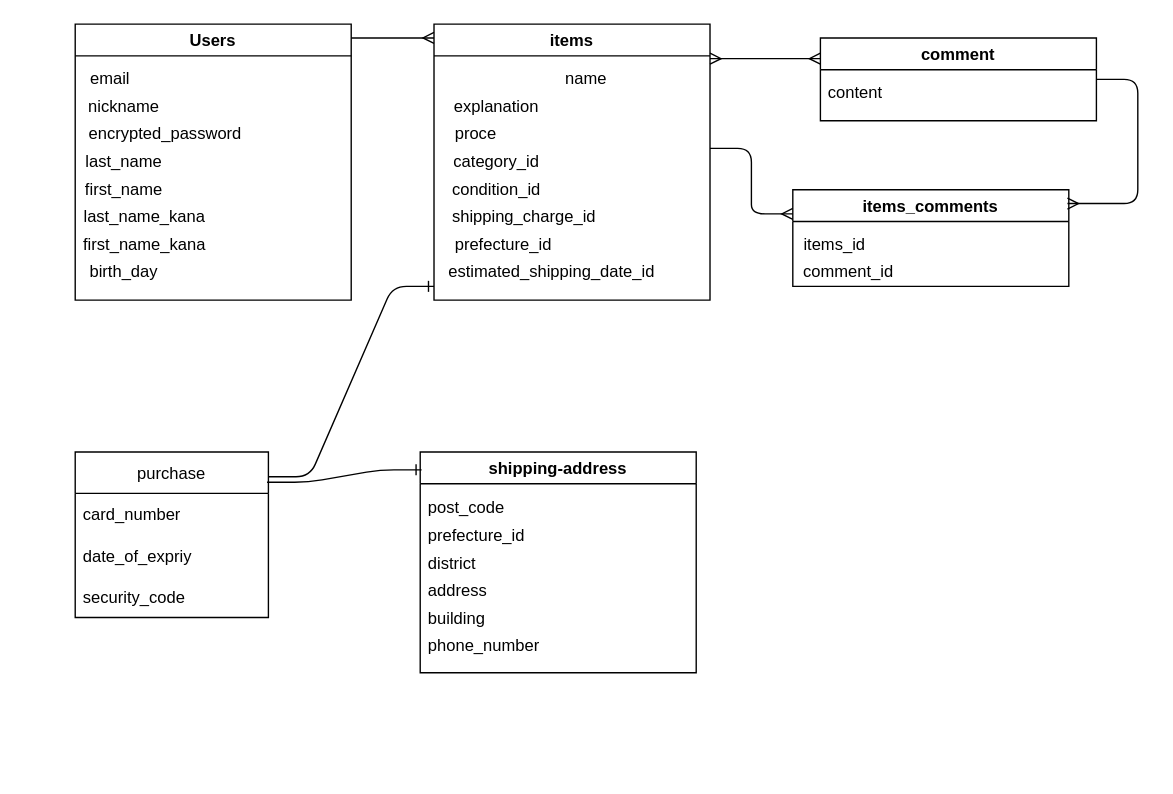
Before: ER.dio in akiduki0526/furima-38782, a draw.io diagram. Source tidied: cells renumbered, new cells numbered last; positions are measured from the earlier drawing's top-left corner, leaving out a move shared by most shapes. Both pictures are drawn from the tidied source at 138%, with x=0, y=0 at pixel (75, 23).
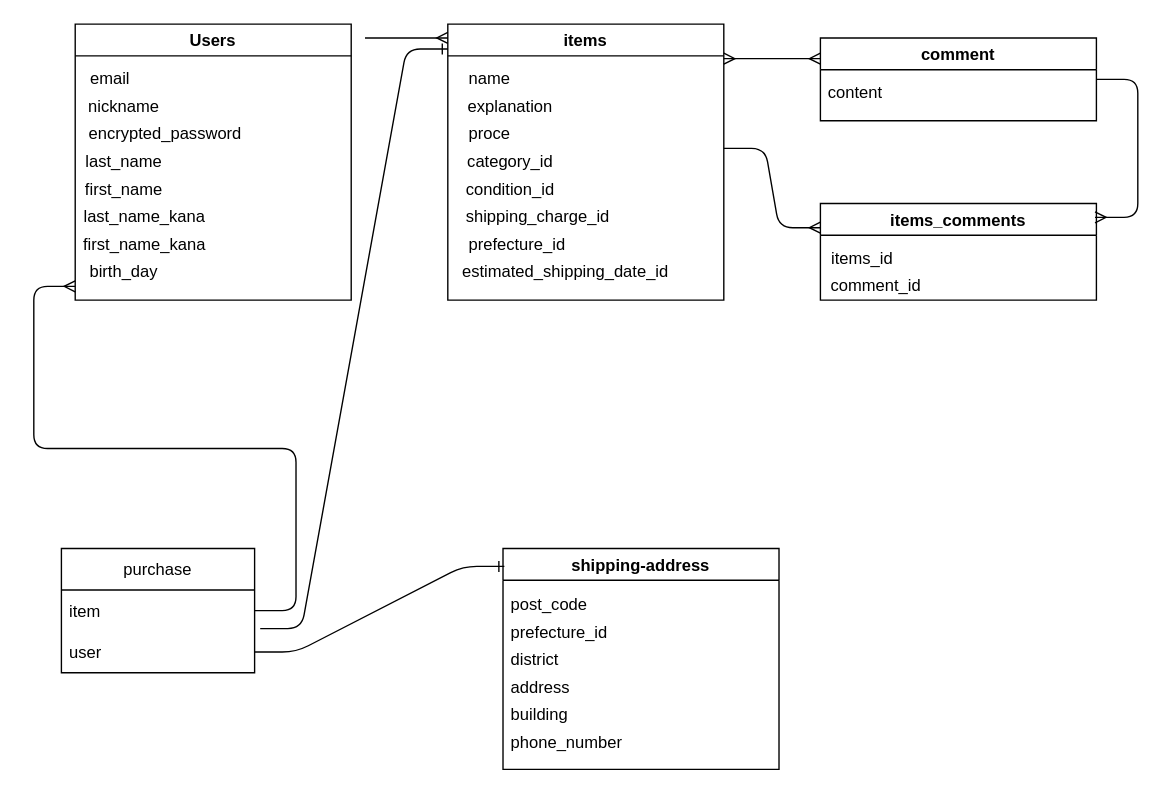
The same page after the edit.

Commit message (it also covers changes not shown here):
データベース設計#3修正3

Unchanged cells that the change refers to:
```xml
<mxCell id="20" value="comment" style="swimlane;" parent="1" vertex="1">
  <mxGeometry x="540" y="10" width="200" height="60" as="geometry" />
</mxCell>
```

Diff of the diagram source:
```diff
@@
     <mxCell id="11" value="items" style="swimlane;" parent="1" vertex="1">
-      <mxGeometry x="260" width="200" height="200" as="geometry" />
+      <mxGeometry x="270" width="200" height="200" as="geometry" />
     </mxCell>
@@
-    <mxCell id="19" value="name" style="text;html=1;align=center;verticalAlign=middle;strokeColor=none;fillColor=none;" parent="1" vertex="1">
-      <mxGeometry x="345" y="30" width="50" height="20" as="geometry" />
+    <mxCell id="19" value="name" style="text;html=1;align=center;verticalAlign=middle;strokeColor=none;fillColor=none;" parent="11" vertex="1">
+      <mxGeometry x="5" y="30" width="50" height="20" as="geometry" />
     </mxCell>
@@
     <mxCell id="22" value="purchase" style="swimlane;fontStyle=0;horizontal=1;startSize=30;" parent="1" vertex="1">
-      <mxGeometry y="310" width="140" height="120" as="geometry" />
+      <mxGeometry x="-10" y="380" width="140" height="90" as="geometry" />
     </mxCell>
-    <mxCell id="23" value="card_number" style="text;strokeColor=none;fillColor=none;align=left;verticalAlign=middle;spacingLeft=4;spacingRight=4;overflow=hidden;" parent="22" vertex="1">
+    <mxCell id="23" value="item" style="text;strokeColor=none;fillColor=none;align=left;verticalAlign=middle;spacingLeft=4;spacingRight=4;overflow=hidden;" parent="22" vertex="1">
       <mxGeometry y="30" width="140" height="30" as="geometry" />
     </mxCell>
-    <mxCell id="24" value="date_of_expriy" style="text;strokeColor=none;fillColor=none;align=left;verticalAlign=middle;spacingLeft=4;spacingRight=4;overflow=hidden;points=[[0,0.5],[1,0.5]];portConstraint=eastwest;" parent="22" vertex="1">
+    <mxCell id="24" value="user" style="text;strokeColor=none;fillColor=none;align=left;verticalAlign=middle;spacingLeft=4;spacingRight=4;overflow=hidden;points=[[0,0.5],[1,0.5]];portConstraint=eastwest;" parent="22" vertex="1">
       <mxGeometry y="60" width="140" height="30" as="geometry" />
     </mxCell>
-    <mxCell id="25" value="security_code" style="text;strokeColor=none;fillColor=none;align=left;verticalAlign=middle;spacingLeft=4;spacingRight=4;overflow=hidden;" parent="22" vertex="1">
-      <mxGeometry y="90" width="140" height="30" as="geometry" />
-    </mxCell>
     <mxCell id="26" value="shipping-address" style="swimlane;" parent="1" vertex="1">
-      <mxGeometry x="250" y="310" width="200" height="160" as="geometry" />
+      <mxGeometry x="310" y="380" width="200" height="160" as="geometry" />
     </mxCell>
@@
     <mxCell id="33" style="edgeStyle=entityRelationEdgeStyle;fontSize=12;html=1;endArrow=ERmany;" parent="1" edge="1">
       <mxGeometry relative="1" as="geometry">
-        <mxPoint x="200" y="10" as="sourcePoint" />
-        <mxPoint x="260" y="10" as="targetPoint" />
+        <mxPoint x="210" y="10" as="sourcePoint" />
+        <mxPoint x="270" y="10" as="targetPoint" />
       </mxGeometry>
     </mxCell>
-    <mxCell id="34" style="edgeStyle=entityRelationEdgeStyle;fontSize=12;html=1;endArrow=ERone;endFill=1;exitX=1;exitY=0.15;exitDx=0;exitDy=0;exitPerimeter=0;" parent="1" edge="1" source="22">
+    <mxCell id="34" style="edgeStyle=entityRelationEdgeStyle;fontSize=12;html=1;endArrow=ERone;endFill=1;exitX=1.029;exitY=-0.067;exitDx=0;exitDy=0;exitPerimeter=0;" parent="1" edge="1" source="24">
       <mxGeometry relative="1" as="geometry">
-        <mxPoint x="260" y="190" as="targetPoint" />
+        <mxPoint x="270" y="18" as="targetPoint" />
       </mxGeometry>
     </mxCell>
-    <mxCell id="35" style="edgeStyle=entityRelationEdgeStyle;fontSize=12;html=1;endArrow=ERone;endFill=1;exitX=0.993;exitY=0.183;exitDx=0;exitDy=0;exitPerimeter=0;entryX=0.005;entryY=0.081;entryDx=0;entryDy=0;entryPerimeter=0;" parent="1" edge="1" source="22" target="26">
+    <mxCell id="35" style="edgeStyle=entityRelationEdgeStyle;fontSize=12;html=1;endArrow=ERone;endFill=1;entryX=0.005;entryY=0.081;entryDx=0;entryDy=0;entryPerimeter=0;exitX=1;exitY=0.5;exitDx=0;exitDy=0;" parent="1" edge="1" source="24" target="26">
       <mxGeometry relative="1" as="geometry" />
     </mxCell>
     <mxCell id="36" style="edgeStyle=entityRelationEdgeStyle;fontSize=12;html=1;endArrow=ERmany;startArrow=ERmany;entryX=0;entryY=0.25;entryDx=0;entryDy=0;" parent="1" edge="1" target="20">
       <mxGeometry relative="1" as="geometry">
-        <mxPoint x="460" y="25" as="sourcePoint" />
+        <mxPoint x="470" y="25" as="sourcePoint" />
       </mxGeometry>
     </mxCell>
     <mxCell id="37" value="items_comments" style="swimlane;" parent="1" vertex="1">
-      <mxGeometry x="520" y="120" width="200" height="70" as="geometry" />
+      <mxGeometry x="540" y="130" width="200" height="70" as="geometry" />
     </mxCell>
@@
     <mxCell id="40" style="edgeStyle=entityRelationEdgeStyle;fontSize=12;html=1;endArrow=ERmany;entryX=0;entryY=0.25;entryDx=0;entryDy=0;" parent="1" edge="1" target="37">
       <mxGeometry relative="1" as="geometry">
-        <mxPoint x="460" y="90" as="sourcePoint" />
+        <mxPoint x="470" y="90" as="sourcePoint" />
       </mxGeometry>
     </mxCell>
@@
+    <mxCell id="42" style="edgeStyle=entityRelationEdgeStyle;fontSize=12;html=1;endArrow=ERmany;" parent="1" edge="1" source="22">
+      <mxGeometry relative="1" as="geometry">
+        <mxPoint y="190" as="targetPoint" />
+      </mxGeometry>
+    </mxCell>
```
